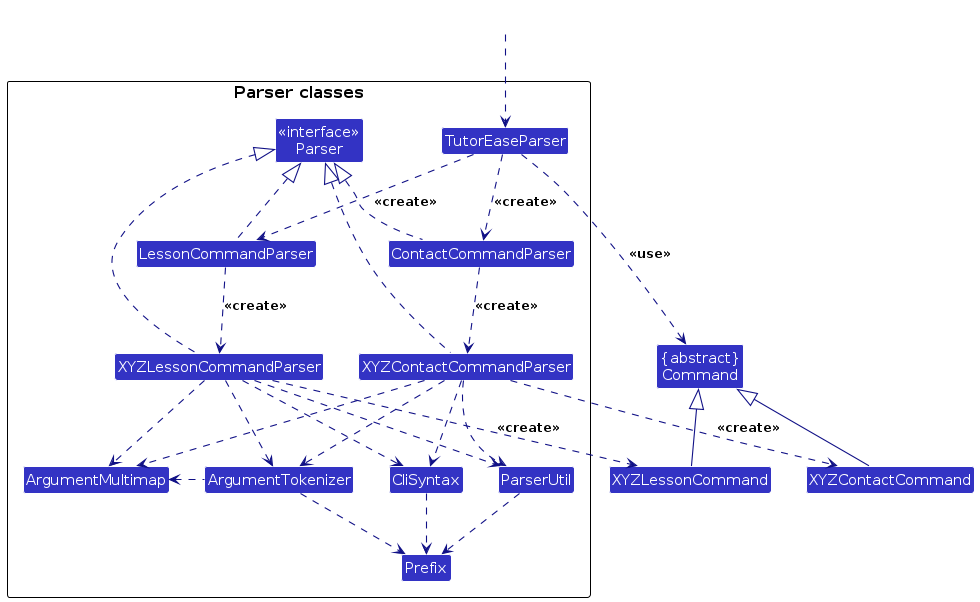
AY2425S1-CS2103-F11-2/tp keeps this PlantUML diagram as diagrams/ParserClasses.png. Above is the earlier version. Its source is kept beside it as diagrams/ParserClasses.puml.
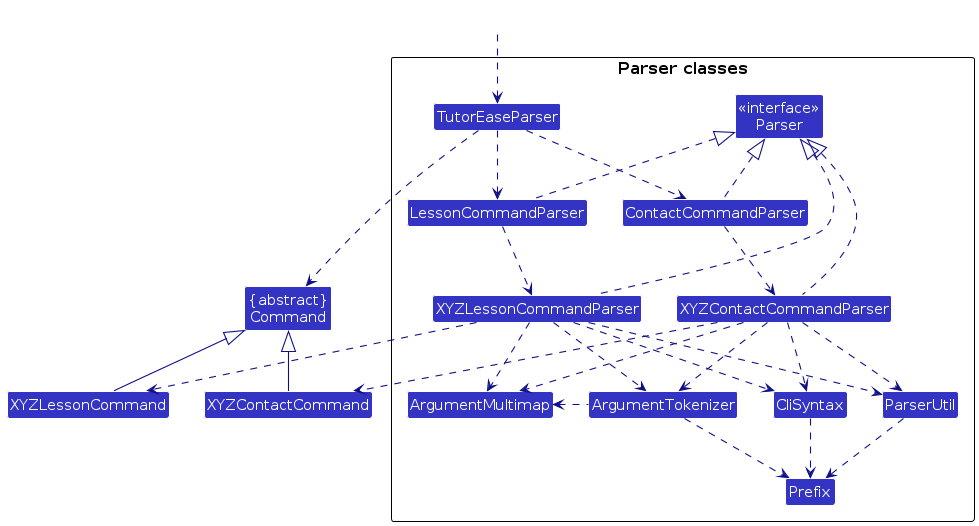
The same file after the commit.

Change to the diagram source:
```diff
@@ -28,15 +28,15 @@
 XYZContactCommand -up-|> Command
 XYZLessonCommand -up-|> Command
 
-TutorEaseParser .down.> ContactCommandParser: <<create>>
-TutorEaseParser .down.> LessonCommandParser: <<create>>
-ContactCommandParser .down.> XYZContactCommandParser: <<create>>
-LessonCommandParser .down.> XYZLessonCommandParser: <<create>>
+TutorEaseParser .down.> ContactCommandParser
+TutorEaseParser .down.> LessonCommandParser
+ContactCommandParser .down.> XYZContactCommandParser
+LessonCommandParser .down.> XYZLessonCommandParser
 
 
-XYZContactCommandParser ..> XYZContactCommand : <<create>>
-XYZLessonCommandParser ..> XYZLessonCommand : <<create>>
-TutorEaseParser ..> Command : <<use>>
+XYZContactCommandParser ..> XYZContactCommand
+XYZLessonCommandParser ..> XYZLessonCommand
+TutorEaseParser ..> Command
 
 ContactCommandParser .up.|> Parser
 LessonCommandParser .up.|> Parser
```
